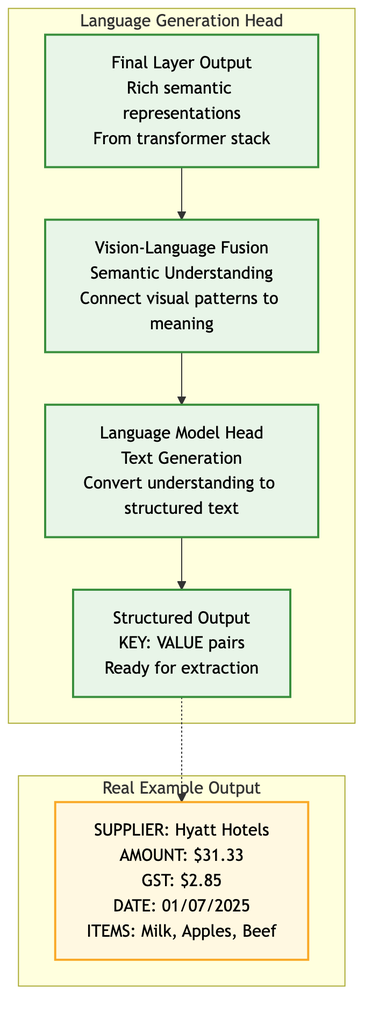
Above: presentation_materials/presentation_diagrams/mermaid_exports/ViT_Language_Generation.png in tmnestor/unified_vision_processor_minimal (Mermaid), before the change. Its source is kept beside it as presentation_materials/presentation_diagrams/mermaid_exports/ViT_Language_Generation.mmd. The source it was exported from:
```mermaid
graph TB
    subgraph language ["Language Generation Head"]
        A[Final Layer Output<br/>Rich semantic representations<br/>From transformer stack] --> B[Vision-Language Fusion<br/>Semantic Understanding<br/>Connect visual patterns to meaning]
        B --> C[Language Model Head<br/>Text Generation<br/>Convert understanding to structured text]
        C --> D[Structured Output<br/>KEY: VALUE pairs<br/>Ready for extraction]
    end

    subgraph example ["Real Example Output"]
        E[SUPPLIER: Hyatt Hotels<br/>AMOUNT: $31.33<br/>GST: $2.85<br/>DATE: 01/07/2025<br/>ITEMS: Milk, Apples, Beef]
    end

    D -.-> E

    classDef languageNode fill:#e8f5e8,stroke:#388e3c,stroke-width:2px,color:#000
    classDef exampleNode fill:#fff8e1,stroke:#f9a825,stroke-width:2px,color:#000

    class A,B,C,D languageNode
    class E exampleNode
```
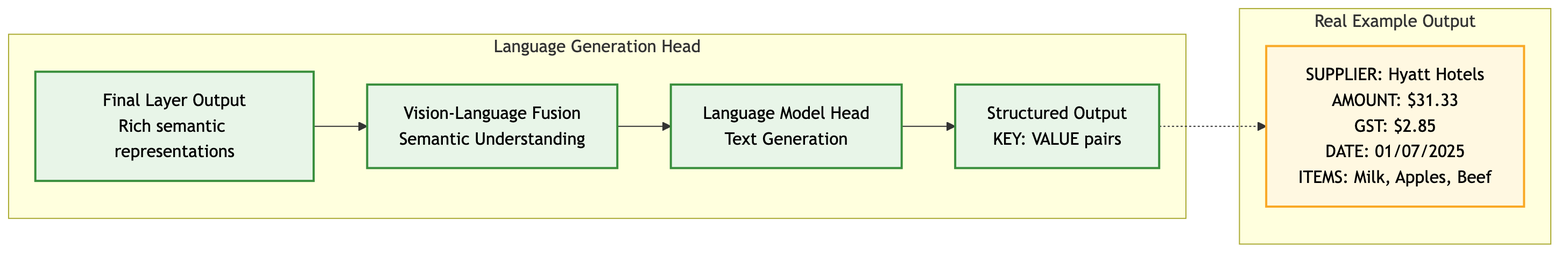
After the change.

Commit message:
✨ feat: update ViT diagrams for input processing, language generation, and transformer stack with improved clarity and structure

The edit, as a diff of the source:
```diff
@@ -1,8 +1,6 @@
-graph TB
+graph LR
     subgraph language ["Language Generation Head"]
-        A[Final Layer Output<br/>Rich semantic representations<br/>From transformer stack] --> B[Vision-Language Fusion<br/>Semantic Understanding<br/>Connect visual patterns to meaning]
-        B --> C[Language Model Head<br/>Text Generation<br/>Convert understanding to structured text]
-        C --> D[Structured Output<br/>KEY: VALUE pairs<br/>Ready for extraction]
+        A[Final Layer Output<br/>Rich semantic representations] --> B[Vision-Language Fusion<br/>Semantic Understanding] --> C[Language Model Head<br/>Text Generation] --> D[Structured Output<br/>KEY: VALUE pairs]
     end
 
     subgraph example ["Real Example Output"]
```
